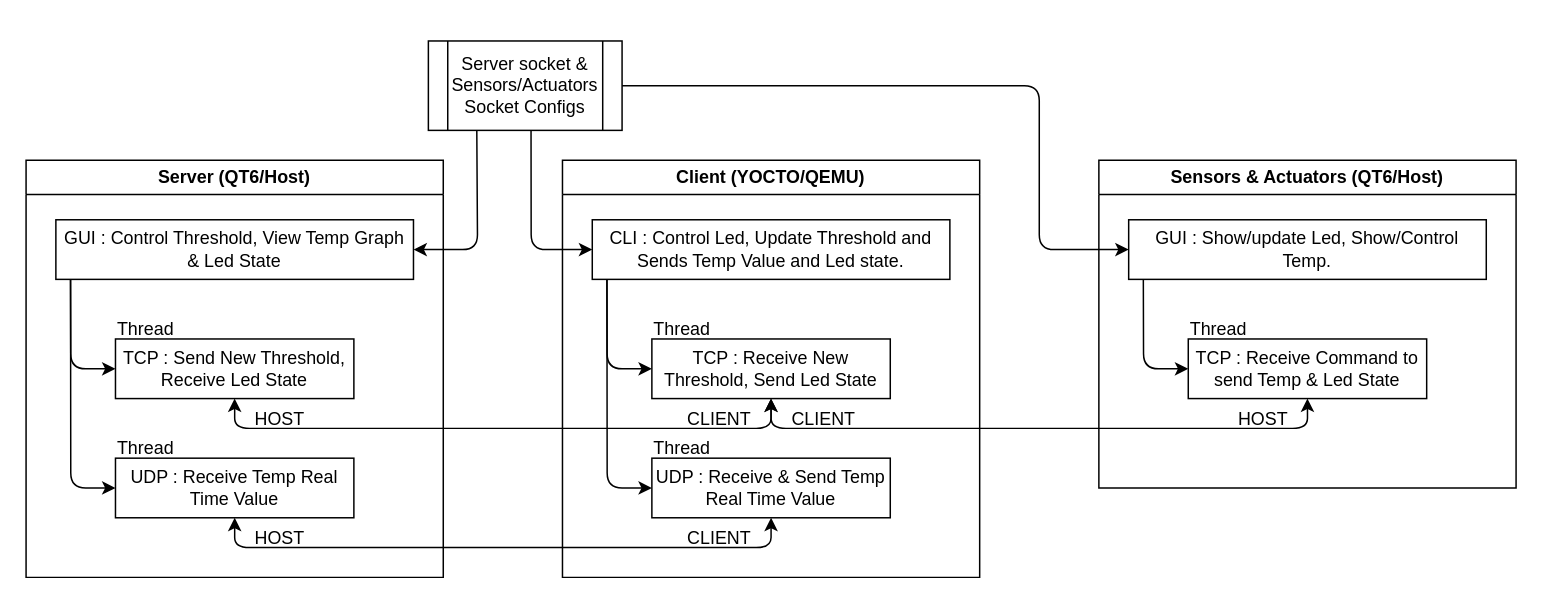
Before: Modern_Cpp_Project/structure.dio in salah0eldin/Embedded_Linux_Diploma_Projects, a draw.io diagram. Source tidied: cells renumbered, new cells numbered last; positions are measured from the earlier drawing's top-left corner, leaving out a move shared by most shapes. Both pictures are drawn from the tidied source at 149%, with x=0, y=0 at pixel (25, 40).
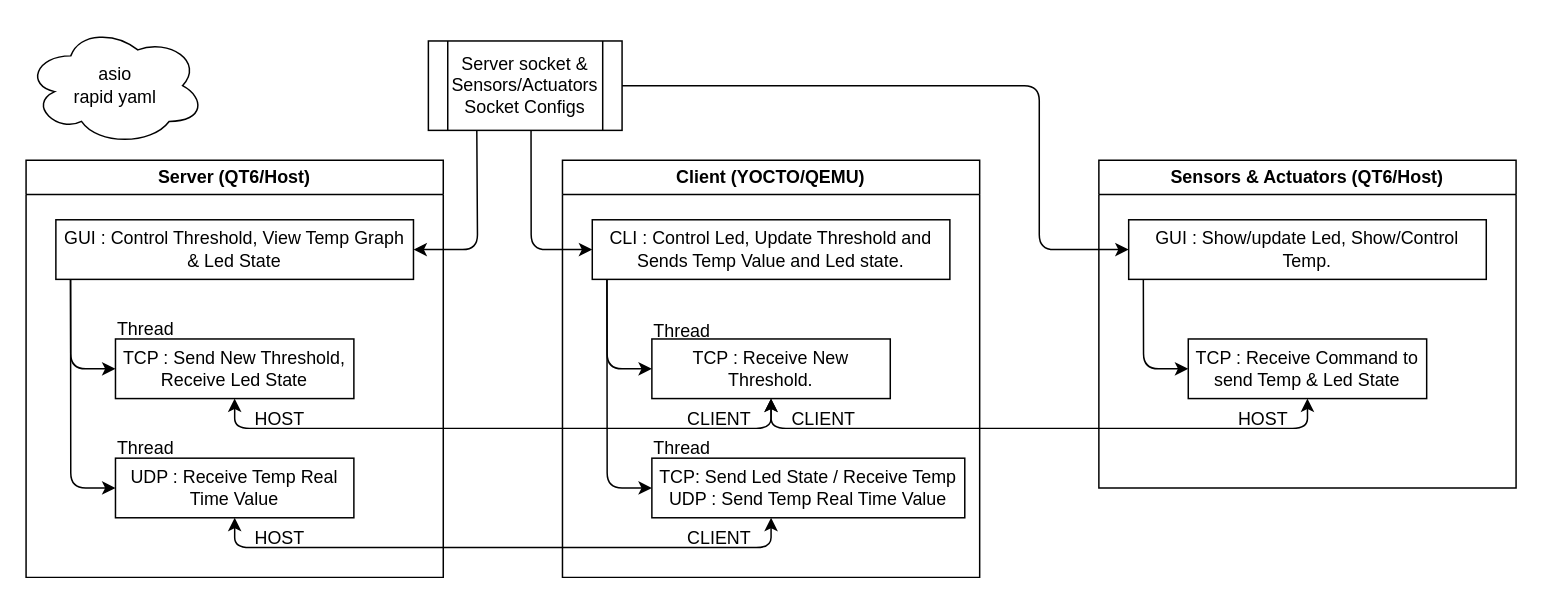
Above is the later version.

Commit message:
structure server

The change refers to these unchanged cells:
```xml
<mxCell id="13" value="Client (YOCTO/QEMU)" style="swimlane;whiteSpace=wrap;html=1;" parent="1" vertex="1">
  <mxGeometry x="360" y="80" width="280" height="280" as="geometry" />
</mxCell>
<mxCell id="25" value="Sensors &amp;amp; Actuators (QT6/Host)" style="swimlane;whiteSpace=wrap;html=1;" parent="1" vertex="1">
  <mxGeometry x="720" y="80" width="280" height="220" as="geometry" />
</mxCell>
```

The edit, as a diff of the source:
```diff
@@
-    <mxCell id="17" value="TCP : Receive New Threshold, Send Led State" style="whiteSpace=wrap;html=1;rounded=0;" parent="13" vertex="1">
+    <mxCell id="17" value="TCP : Receive New Threshold." style="whiteSpace=wrap;html=1;rounded=0;" parent="13" vertex="1">
       <mxGeometry x="60" y="120" width="160" height="40" as="geometry" />
     </mxCell>
-    <mxCell id="18" value="&lt;span style=&quot;color: rgb(0, 0, 0);&quot;&gt;UDP : Receive &amp;amp; Send Temp Real Time Value&lt;/span&gt;" style="whiteSpace=wrap;html=1;" parent="13" vertex="1">
-      <mxGeometry x="60" y="200" width="160" height="40" as="geometry" />
+    <mxCell id="18" value="&lt;div&gt;&lt;span style=&quot;color: rgb(0, 0, 0);&quot;&gt;&lt;span style=&quot;color: rgb(0, 0, 0);&quot;&gt;TCP: Send Led State / Receive Temp&lt;/span&gt;&lt;/span&gt;&lt;/div&gt;&lt;span style=&quot;color: rgb(0, 0, 0);&quot;&gt;UDP : Send Temp Real Time Value&lt;/span&gt;" style="whiteSpace=wrap;html=1;" parent="13" vertex="1">
+      <mxGeometry x="60" y="200" width="210" height="40" as="geometry" />
     </mxCell>
@@
     <mxCell id="22" value="Thread" style="text;html=1;align=center;verticalAlign=middle;strokeColor=none;fillColor=none;" parent="13" vertex="1">
-      <mxGeometry x="50" y="99" width="60" height="30" as="geometry" />
+      <mxGeometry x="50" y="100" width="60" height="30" as="geometry" />
     </mxCell>
@@
-    <mxCell id="31" value="Thread" style="text;html=1;align=center;verticalAlign=middle;strokeColor=none;fillColor=none;" parent="25" vertex="1">
-      <mxGeometry x="50" y="99" width="60" height="30" as="geometry" />
-    </mxCell>
@@
+    <mxCell id="36" value="asio&lt;div&gt;rapid yaml&lt;/div&gt;" style="ellipse;shape=cloud;whiteSpace=wrap;html=1;" parent="1" vertex="1">
+      <mxGeometry y="-10" width="120" height="80" as="geometry" />
+    </mxCell>
```
